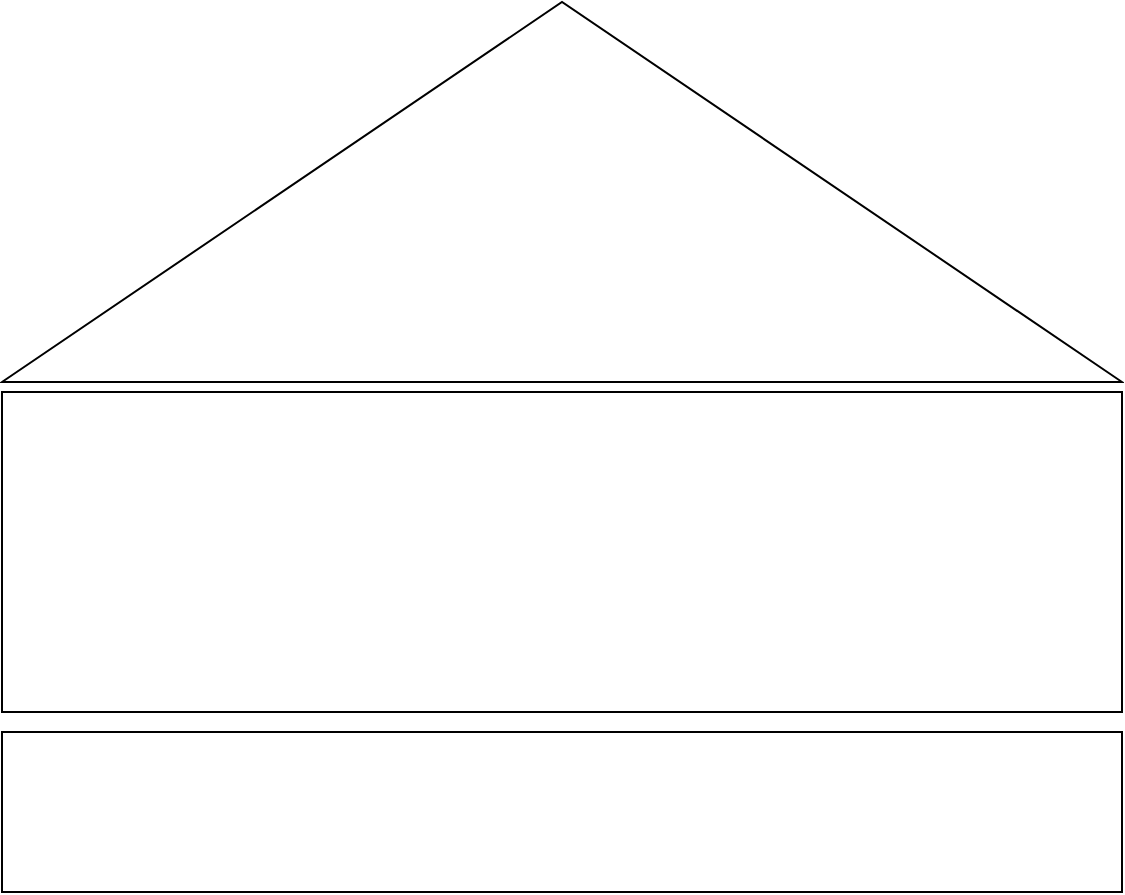
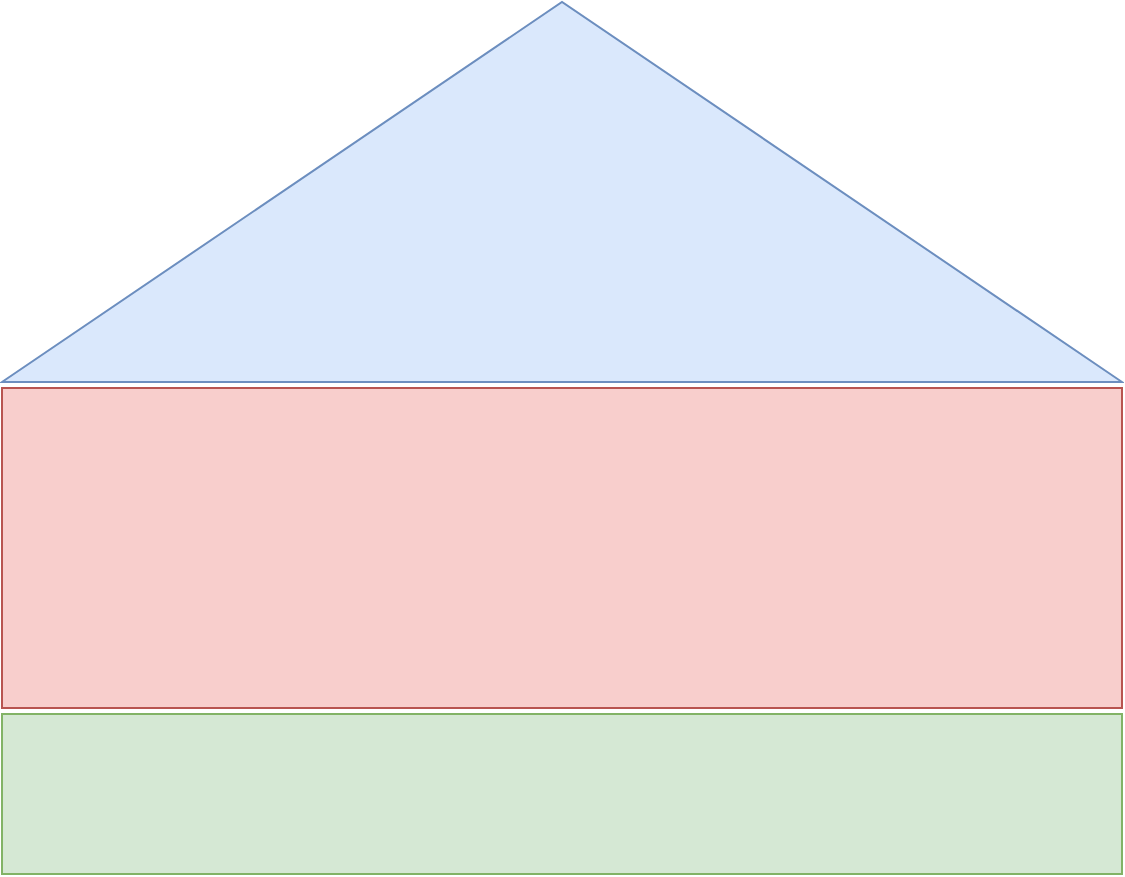
<mxfile host="app.diagrams.net">
  <diagram name="Page-1" id="SOK6mcKUl_gRXVUdCPKL">
    <mxGraphModel dx="1741" dy="1060" grid="1" gridSize="10" guides="1" tooltips="1" connect="1" arrows="1" fold="1" page="1" pageScale="1" pageWidth="1169" pageHeight="827" math="0" shadow="0">
      <root>
        <mxCell id="0" />
        <mxCell id="1" parent="0" />
-         <mxCell id="Ld_krK5IUTc0g-FgCUqp-1" parent="1" style="rounded=0;whiteSpace=wrap;html=1;" value="" vertex="1">
+         <mxCell id="Ld_krK5IUTc0g-FgCUqp-1" parent="1" style="rounded=0;whiteSpace=wrap;html=1;fillColor=#f8cecc;strokeColor=#b85450;" value="" vertex="1">
          <mxGeometry height="160" width="560" x="160" y="320" as="geometry" />
        </mxCell>
-         <mxCell id="Ld_krK5IUTc0g-FgCUqp-2" parent="1" style="rounded=0;whiteSpace=wrap;html=1;" value="" vertex="1">
-           <mxGeometry height="80" width="560" x="160" y="490" as="geometry" />
+         <mxCell id="Ld_krK5IUTc0g-FgCUqp-2" parent="1" style="rounded=0;whiteSpace=wrap;html=1;fillColor=#d5e8d4;strokeColor=#82b366;" value="" vertex="1">
+           <mxGeometry height="80" width="560" x="160" y="483" as="geometry" />
        </mxCell>
-         <mxCell id="Ld_krK5IUTc0g-FgCUqp-3" parent="1" style="triangle;whiteSpace=wrap;html=1;rotation=-90;" value="" vertex="1">
-           <mxGeometry height="560" width="190" x="345" y="-60" as="geometry" />
+         <mxCell id="Ld_krK5IUTc0g-FgCUqp-3" parent="1" style="triangle;whiteSpace=wrap;html=1;rotation=-90;fillColor=#dae8fc;strokeColor=#6c8ebf;" value="" vertex="1">
+           <mxGeometry height="560" width="190" x="345" y="-58" as="geometry" />
        </mxCell>
      </root>
    </mxGraphModel>
  </diagram>
</mxfile>
